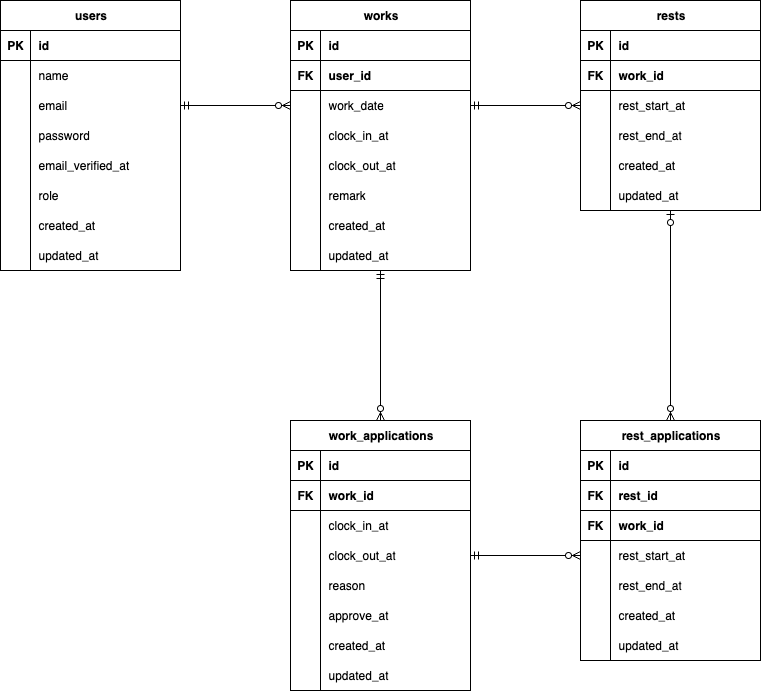
chatainazara/clockin keeps this draw.io diagram as src/document/ER_diagram.drowio.png. Above is the earlier version. Source tidied: cells renumbered, new cells last; positions are measured from the earlier drawing's top-left corner, leaving out a move shared by most shapes.
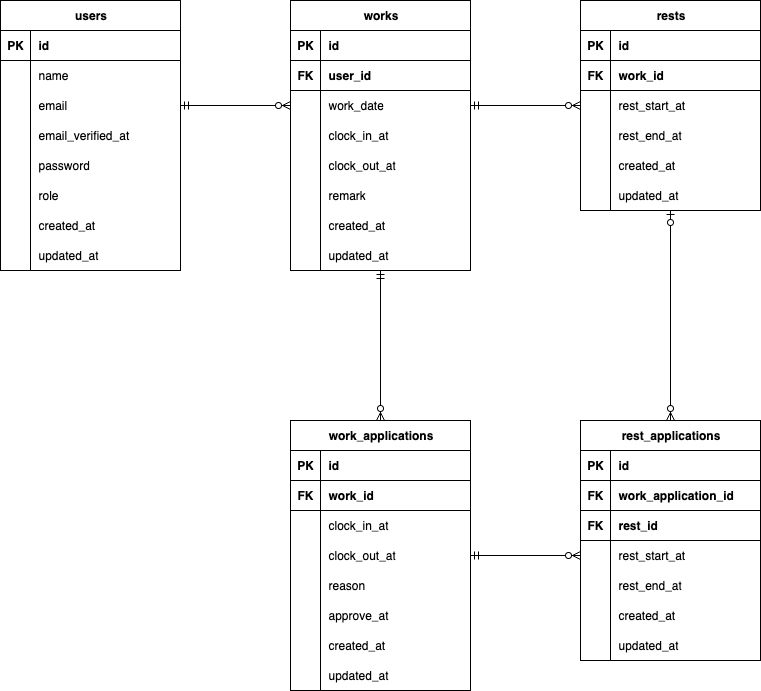
The same file after the commit.

The edit, as a diff of the source:
```diff
@@ -38,7 +38,7 @@
     <mxCell id="13" style="shape=partialRectangle;fillColor=none;top=0;left=0;bottom=0;right=0;overflow=hidden;whiteSpace=wrap;html=1;" parent="12" vertex="1">
       <mxGeometry width="30" height="30" as="geometry" />
     </mxCell>
-    <mxCell id="14" value="password" style="shape=partialRectangle;fillColor=none;top=0;left=0;bottom=0;right=0;align=left;spacingLeft=6;overflow=hidden;whiteSpace=wrap;html=1;" parent="12" vertex="1">
+    <mxCell id="14" value="email_verified_at" style="shape=partialRectangle;fillColor=none;top=0;left=0;bottom=0;right=0;align=left;spacingLeft=6;overflow=hidden;whiteSpace=wrap;html=1;" parent="12" vertex="1">
       <mxGeometry x="30" width="150" height="30" as="geometry" />
     </mxCell>
     <mxCell id="15" style="shape=tableRow;horizontal=0;startSize=0;swimlaneHead=0;swimlaneBody=0;fillColor=none;top=0;left=0;right=0;bottom=0;" parent="2" vertex="1">
@@ -47,7 +47,7 @@
     <mxCell id="16" style="shape=partialRectangle;fillColor=none;top=0;left=0;bottom=0;right=0;overflow=hidden;whiteSpace=wrap;html=1;" parent="15" vertex="1">
       <mxGeometry width="30" height="30" as="geometry" />
     </mxCell>
-    <mxCell id="17" value="email_verified_at" style="shape=partialRectangle;fillColor=none;top=0;left=0;bottom=0;right=0;align=left;spacingLeft=6;overflow=hidden;whiteSpace=wrap;html=1;" parent="15" vertex="1">
+    <mxCell id="17" value="password" style="shape=partialRectangle;fillColor=none;top=0;left=0;bottom=0;right=0;align=left;spacingLeft=6;overflow=hidden;whiteSpace=wrap;html=1;" parent="15" vertex="1">
       <mxGeometry x="30" width="150" height="30" as="geometry" />
     </mxCell>
     <mxCell id="18" style="shape=tableRow;horizontal=0;startSize=0;swimlaneHead=0;swimlaneBody=0;fillColor=none;top=0;left=0;right=0;bottom=0;" parent="2" vertex="1">
@@ -308,7 +308,7 @@
     <mxCell id="103" value="FK" style="shape=partialRectangle;fillColor=none;top=0;left=0;bottom=0;right=0;fontStyle=1;overflow=hidden;whiteSpace=wrap;html=1;" parent="102" vertex="1">
       <mxGeometry width="30" height="30" as="geometry" />
     </mxCell>
-    <mxCell id="104" value="rest_id" style="shape=partialRectangle;fillColor=none;top=0;left=0;bottom=0;right=0;align=left;spacingLeft=6;fontStyle=1;overflow=hidden;whiteSpace=wrap;html=1;strokeColor=default;fillStyle=auto;" parent="102" vertex="1">
+    <mxCell id="104" value="work_application_id" style="shape=partialRectangle;fillColor=none;top=0;left=0;bottom=0;right=0;align=left;spacingLeft=6;fontStyle=1;overflow=hidden;whiteSpace=wrap;html=1;strokeColor=default;fillStyle=auto;" parent="102" vertex="1">
       <mxGeometry x="30" width="150" height="30" as="geometry" />
     </mxCell>
     <mxCell id="105" style="shape=tableRow;horizontal=0;startSize=0;swimlaneHead=0;swimlaneBody=0;fillColor=none;top=0;left=0;right=0;bottom=1;" parent="98" vertex="1">
@@ -317,7 +317,7 @@
     <mxCell id="106" value="FK" style="shape=partialRectangle;fillColor=none;top=0;left=0;bottom=0;right=0;fontStyle=1;overflow=hidden;whiteSpace=wrap;html=1;" parent="105" vertex="1">
       <mxGeometry width="30" height="30" as="geometry" />
     </mxCell>
-    <mxCell id="107" value="work_id" style="shape=partialRectangle;fillColor=none;top=0;left=0;bottom=0;right=0;align=left;spacingLeft=6;fontStyle=1;overflow=hidden;whiteSpace=wrap;html=1;strokeColor=inherit;" parent="105" vertex="1">
+    <mxCell id="107" value="rest_id" style="shape=partialRectangle;fillColor=none;top=0;left=0;bottom=0;right=0;align=left;spacingLeft=6;fontStyle=1;overflow=hidden;whiteSpace=wrap;html=1;strokeColor=inherit;" parent="105" vertex="1">
       <mxGeometry x="30" width="150" height="30" as="geometry" />
     </mxCell>
     <mxCell id="108" style="shape=tableRow;horizontal=0;startSize=0;swimlaneHead=0;swimlaneBody=0;fillColor=none;points=[[0,0.5],[1,0.5]];portConstraint=eastwest;top=0;left=0;right=0;bottom=0;" parent="98" vertex="1">
```
